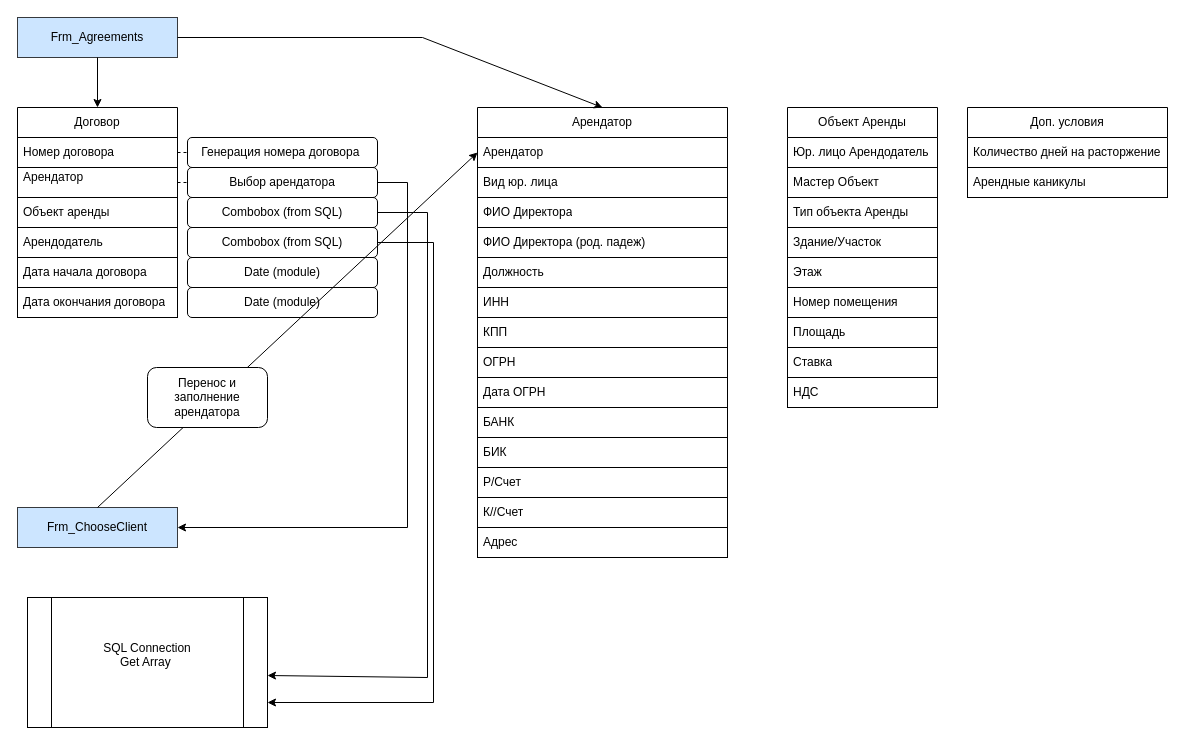
Before: Программа в EXCEL.drawio in dstalev-afk/Diagrams, a draw.io diagram. Source tidied: cells renumbered, new cells numbered last; positions are measured from the earlier drawing's top-left corner, leaving out a move shared by most shapes. Both pictures are drawn from the tidied source at 100%, with x=0, y=0 at pixel (17, 17).
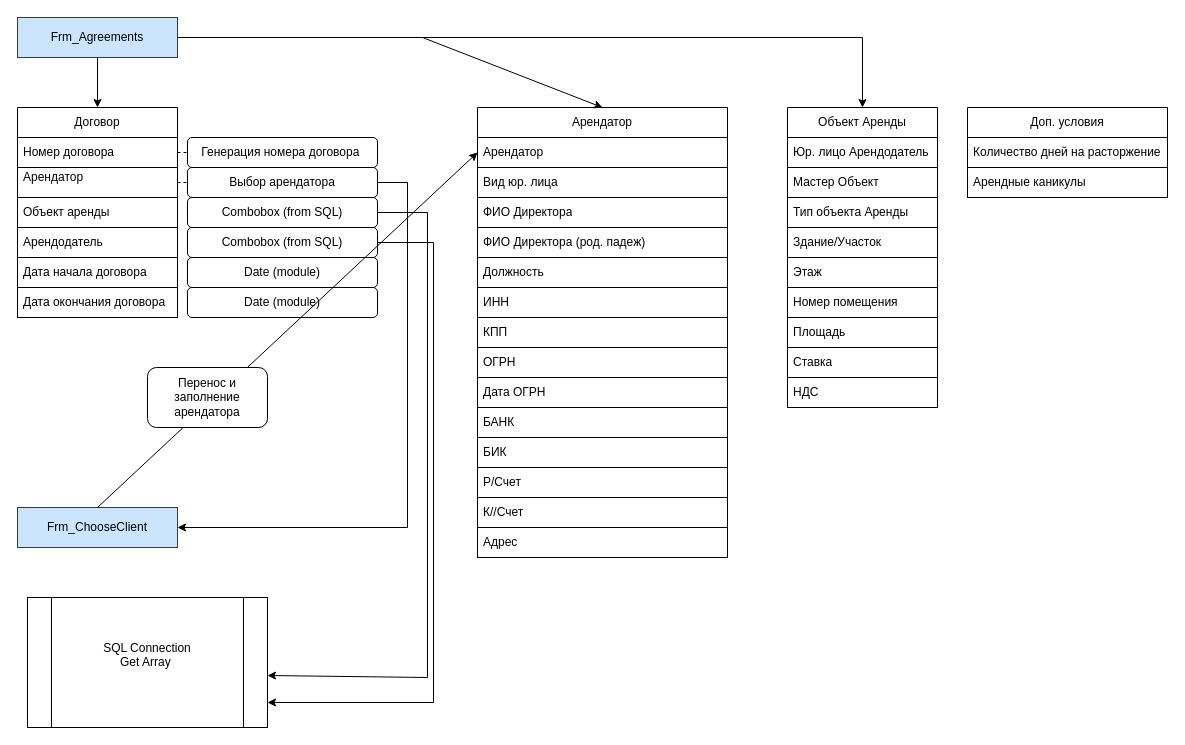
After the change.

The change refers to these unchanged cells:
```xml
<mxCell id="2" value="Frm_Agreements" style="rounded=0;whiteSpace=wrap;html=1;fillColor=#cce5ff;strokeColor=#36393d;" parent="1" vertex="1">
  <mxGeometry width="160" height="40" as="geometry" />
</mxCell>
<mxCell id="42" value="Объект Аренды" style="swimlane;fontStyle=0;horizontal=1;startSize=30;whiteSpace=wrap;html=1;" parent="1" vertex="1">
  <mxGeometry x="770" y="90" width="150" height="300" as="geometry" />
</mxCell>
```

Diff of the diagram source:
```diff
@@
+    <mxCell id="55" style="endArrow=classic;html=1;rounded=0;exitX=1;exitY=0.5;exitDx=0;exitDy=0;entryX=0.5;entryY=0;entryDx=0;entryDy=0;" parent="1" edge="1" source="2" target="42">
+      <mxGeometry relative="1" as="geometry">
+        <Array as="points">
+          <mxPoint x="845" y="20" />
+        </Array>
+      </mxGeometry>
+    </mxCell>
```
